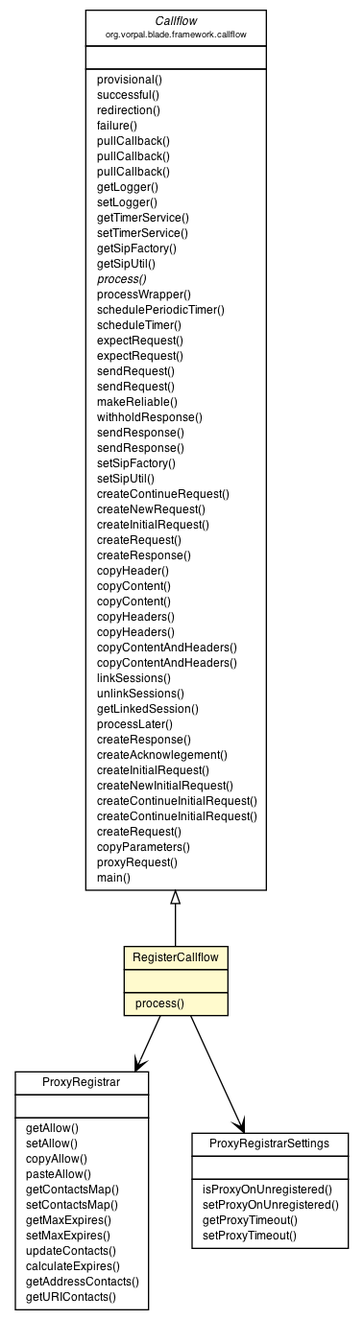
vorpalnet/vorpalnet.github.io keeps this Graphviz diagram as blade/vorpal-blade-proxy-registrar/org/vorpal/blade/services/proxy/registrar/RegisterCallflow.png. Above is the earlier version. Its source is kept beside it as blade/vorpal-blade-proxy-registrar/org/vorpal/blade/services/proxy/registrar/RegisterCallflow.dot.
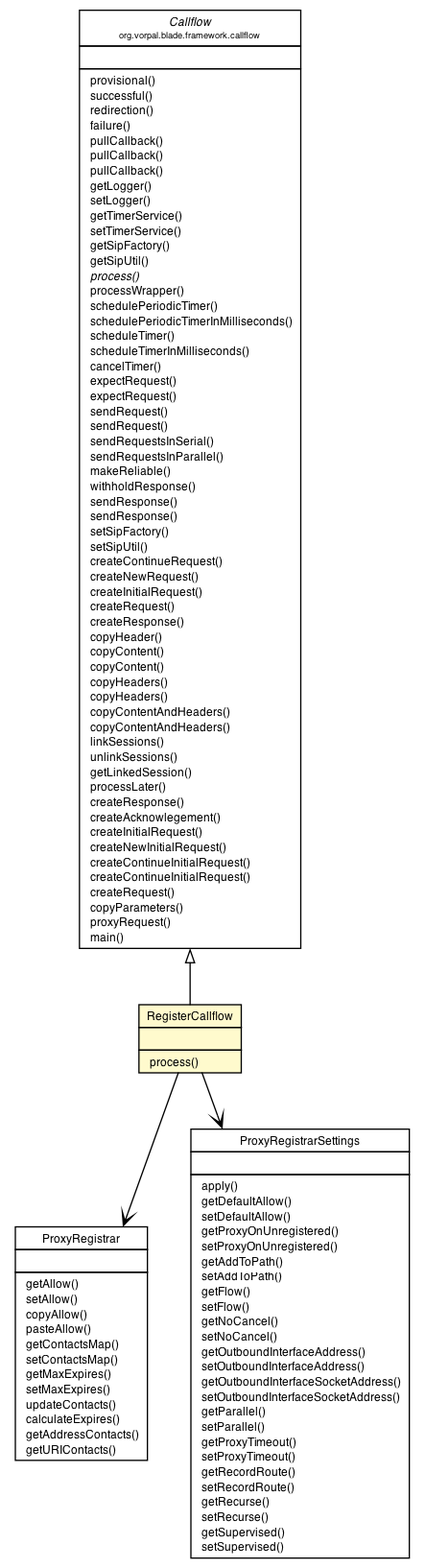
Later version of the same file.

What changed in the source:
```diff
@@ -4,7 +4,7 @@
 	node [fontname="Helvetica",fontsize=10,shape=plaintext];
 	nodesep=0.25;
 	ranksep=0.5;
-	c55 [label=<<table title="org.vorpal.blade.services.proxy.registrar.ProxyRegistrar" border="0" cellborder="1" cellspacing="0" cellpadding="2" port="p" href="./ProxyRegistrar.html">
+	c76 [label=<<table title="org.vorpal.blade.services.proxy.registrar.ProxyRegistrar" border="0" cellborder="1" cellspacing="0" cellpadding="2" port="p" href="./ProxyRegistrar.html">
 		<tr><td><table border="0" cellspacing="0" cellpadding="1">
 <tr><td align="center" balign="center"> ProxyRegistrar </td></tr>
 		</table></td></tr>
@@ -26,7 +26,7 @@
 <tr><td align="left" balign="left">  getURIContacts() </td></tr>
 		</table></td></tr>
 		</table>>, fontname="Helvetica", fontcolor="black", fontsize=9.0];
-	c56 [label=<<table title="org.vorpal.blade.services.proxy.registrar.RegisterCallflow" border="0" cellborder="1" cellspacing="0" cellpadding="2" port="p" bgcolor="lemonChiffon" href="./RegisterCallflow.html">
+	c78 [label=<<table title="org.vorpal.blade.services.proxy.registrar.RegisterCallflow" border="0" cellborder="1" cellspacing="0" cellpadding="2" port="p" bgcolor="lemonChiffon" href="./RegisterCallflow.html">
 		<tr><td><table border="0" cellspacing="0" cellpadding="1">
 <tr><td align="center" balign="center"> RegisterCallflow </td></tr>
 		</table></td></tr>
@@ -37,7 +37,7 @@
 <tr><td align="left" balign="left">  process() </td></tr>
 		</table></td></tr>
 		</table>>, fontname="Helvetica", fontcolor="black", fontsize=9.0];
-	c58 [label=<<table title="org.vorpal.blade.services.proxy.registrar.ProxyRegistrarSettings" border="0" cellborder="1" cellspacing="0" cellpadding="2" port="p" href="./ProxyRegistrarSettings.html">
+	c80 [label=<<table title="org.vorpal.blade.services.proxy.registrar.ProxyRegistrarSettings" border="0" cellborder="1" cellspacing="0" cellpadding="2" port="p" href="./ProxyRegistrarSettings.html">
 		<tr><td><table border="0" cellspacing="0" cellpadding="1">
 <tr><td align="center" balign="center"> ProxyRegistrarSettings </td></tr>
 		</table></td></tr>
@@ -45,16 +45,37 @@
 <tr><td align="left" balign="left">  </td></tr>
 		</table></td></tr>
 		<tr><td><table border="0" cellspacing="0" cellpadding="1">
-<tr><td align="left" balign="left">  isProxyOnUnregistered() </td></tr>
+<tr><td align="left" balign="left">  apply() </td></tr>
+<tr><td align="left" balign="left">  getDefaultAllow() </td></tr>
+<tr><td align="left" balign="left">  setDefaultAllow() </td></tr>
+<tr><td align="left" balign="left">  getProxyOnUnregistered() </td></tr>
 <tr><td align="left" balign="left">  setProxyOnUnregistered() </td></tr>
+<tr><td align="left" balign="left">  getAddToPath() </td></tr>
+<tr><td align="left" balign="left">  setAddToPath() </td></tr>
+<tr><td align="left" balign="left">  getFlow() </td></tr>
+<tr><td align="left" balign="left">  setFlow() </td></tr>
+<tr><td align="left" balign="left">  getNoCancel() </td></tr>
+<tr><td align="left" balign="left">  setNoCancel() </td></tr>
+<tr><td align="left" balign="left">  getOutboundInterfaceAddress() </td></tr>
+<tr><td align="left" balign="left">  setOutboundInterfaceAddress() </td></tr>
+<tr><td align="left" balign="left">  getOutboundInterfaceSocketAddress() </td></tr>
+<tr><td align="left" balign="left">  setOutboundInterfaceSocketAddress() </td></tr>
+<tr><td align="left" balign="left">  getParallel() </td></tr>
+<tr><td align="left" balign="left">  setParallel() </td></tr>
 <tr><td align="left" balign="left">  getProxyTimeout() </td></tr>
 <tr><td align="left" balign="left">  setProxyTimeout() </td></tr>
+<tr><td align="left" balign="left">  getRecordRoute() </td></tr>
+<tr><td align="left" balign="left">  setRecordRoute() </td></tr>
+<tr><td align="left" balign="left">  getRecurse() </td></tr>
+<tr><td align="left" balign="left">  setRecurse() </td></tr>
+<tr><td align="left" balign="left">  getSupervised() </td></tr>
+<tr><td align="left" balign="left">  setSupervised() </td></tr>
 		</table></td></tr>
 		</table>>, fontname="Helvetica", fontcolor="black", fontsize=9.0];
-	c59:p -> c56:p [dir=back,arrowtail=empty];
-	c56:p -> c55:p [taillabel="", label="", headlabel="", fontname="Helvetica", fontcolor="black", fontsize=10.0, color="black", arrowhead=open];
-	c56:p -> c58:p [taillabel="", label="", headlabel="", fontname="Helvetica", fontcolor="black", fontsize=10.0, color="black", arrowhead=open];
-	c59 [label=<<table title="org.vorpal.blade.framework.callflow.Callflow" border="0" cellborder="1" cellspacing="0" cellpadding="2" port="p" href="http://java.sun.com/j2se/1.4.2/docs/api/org/vorpal/blade/framework/callflow/Callflow.html">
+	c81:p -> c78:p [dir=back,arrowtail=empty];
+	c78:p -> c76:p [taillabel="", label="", headlabel="", fontname="Helvetica", fontcolor="black", fontsize=10.0, color="black", arrowhead=open];
+	c78:p -> c80:p [taillabel="", label="", headlabel="", fontname="Helvetica", fontcolor="black", fontsize=10.0, color="black", arrowhead=open];
+	c81 [label=<<table title="org.vorpal.blade.framework.callflow.Callflow" border="0" cellborder="1" cellspacing="0" cellpadding="2" port="p" href="http://java.sun.com/j2se/1.4.2/docs/api/org/vorpal/blade/framework/callflow/Callflow.html">
 		<tr><td><table border="0" cellspacing="0" cellpadding="1">
 <tr><td align="center" balign="center"><font face="Helvetica-Oblique"> Callflow </font></td></tr>
 <tr><td align="center" balign="center"><font point-size="7.0"> org.vorpal.blade.framework.callflow </font></td></tr>
@@ -79,11 +100,16 @@
 <tr><td align="left" balign="left"><font face="Helvetica-Oblique" point-size="9.0">  process() </font></td></tr>
 <tr><td align="left" balign="left">  processWrapper() </td></tr>
 <tr><td align="left" balign="left">  schedulePeriodicTimer() </td></tr>
+<tr><td align="left" balign="left">  schedulePeriodicTimerInMilliseconds() </td></tr>
 <tr><td align="left" balign="left">  scheduleTimer() </td></tr>
+<tr><td align="left" balign="left">  scheduleTimerInMilliseconds() </td></tr>
+<tr><td align="left" balign="left">  cancelTimer() </td></tr>
 <tr><td align="left" balign="left">  expectRequest() </td></tr>
 <tr><td align="left" balign="left">  expectRequest() </td></tr>
 <tr><td align="left" balign="left">  sendRequest() </td></tr>
 <tr><td align="left" balign="left">  sendRequest() </td></tr>
+<tr><td align="left" balign="left">  sendRequestsInSerial() </td></tr>
+<tr><td align="left" balign="left">  sendRequestsInParallel() </td></tr>
 <tr><td align="left" balign="left">  makeReliable() </td></tr>
 <tr><td align="left" balign="left">  withholdResponse() </td></tr>
 <tr><td align="left" balign="left">  sendResponse() </td></tr>
```
